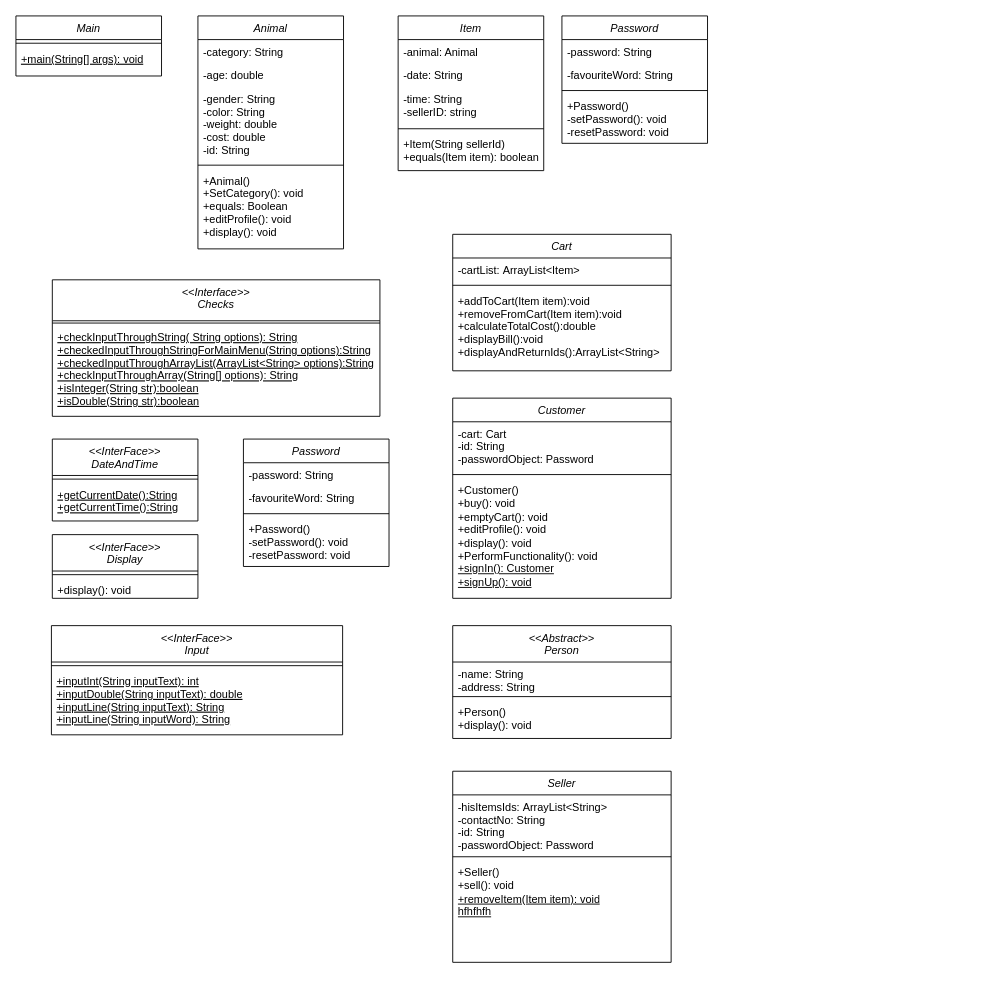
This is Diagram/ Analys_reflektion.drawio from GitoPot/Analys_reflektion, a draw.io file, before an edit. Source tidied: cells renumbered, new cells numbered last; positions are measured from the earlier drawing's top-left corner, leaving out a move shared by most shapes. Both pictures are drawn from the tidied source at 91%, with x=0, y=0 at pixel (15, 15).
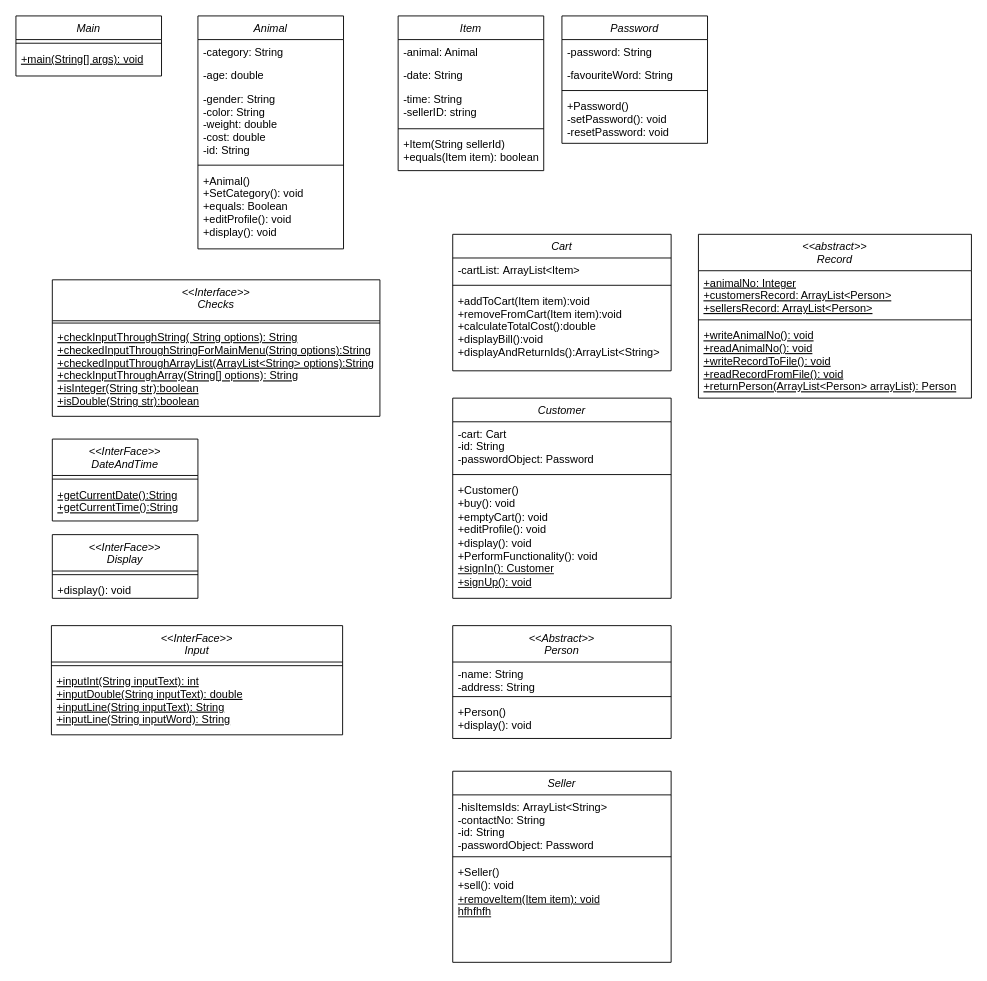
After the change.

Diff of the diagram source:
```diff
@@
-    <mxCell id="50" value="Password" style="swimlane;fontStyle=2;align=center;verticalAlign=top;horizontal=1;startSize=26;rounded=0;shadow=0;strokeWidth=1;" parent="1" vertex="1">
-      <mxGeometry x="250" y="465" width="160" height="140" as="geometry" />
+    <mxCell id="50" value="&lt;&lt;abstract&gt;&gt;&#10;Record" style="swimlane;fontStyle=2;align=center;verticalAlign=top;horizontal=1;startSize=40;rounded=0;shadow=0;strokeWidth=1;" parent="1" vertex="1">
+      <mxGeometry x="750" y="240" width="300" height="180" as="geometry" />
     </mxCell>
-    <mxCell id="51" value="-password: String" style="text;align=left;verticalAlign=top;spacingLeft=4;spacingRight=4;overflow=hidden;" parent="50" vertex="1">
-      <mxGeometry y="26" width="160" height="26" as="geometry" />
-    </mxCell>
-    <mxCell id="52" value="-favouriteWord: String" style="text;align=left;verticalAlign=top;spacingLeft=4;spacingRight=4;overflow=hidden;rounded=0;shadow=0;html=0;" parent="50" vertex="1">
-      <mxGeometry y="52" width="160" height="26" as="geometry" />
+    <mxCell id="52" value="+animalNo: Integer&#10;+customersRecord: ArrayList&lt;Person&gt;&#10;+sellersRecord: ArrayList&lt;Person&gt;" style="text;align=left;verticalAlign=top;spacingLeft=4;spacingRight=4;overflow=hidden;rounded=0;shadow=0;html=0;fontStyle=4;" parent="50" vertex="1">
+      <mxGeometry y="40" width="300" height="50" as="geometry" />
     </mxCell>
     <mxCell id="53" style="line;html=1;strokeWidth=1;align=left;verticalAlign=middle;spacingTop=-1;spacingLeft=3;spacingRight=3;labelPosition=right;" parent="50" vertex="1">
-      <mxGeometry y="78" width="160" height="8" as="geometry" />
+      <mxGeometry y="90" width="300" height="8" as="geometry" />
     </mxCell>
-    <mxCell id="54" value="+Password()&#10;-setPassword(): void&#10;-resetPassword: void&#10;" style="text;align=left;verticalAlign=top;spacingLeft=4;spacingRight=4;overflow=hidden;" parent="50" vertex="1">
-      <mxGeometry y="86" width="160" height="42" as="geometry" />
+    <mxCell id="54" value="+writeAnimalNo(): void&#10;+readAnimalNo(): void&#10;+writeRecordToFile(): void&#10;+readRecordFromFile(): void&#10;+returnPerson(ArrayList&lt;Person&gt; arrayList): Person&#10;&#10;" style="text;align=left;verticalAlign=top;spacingLeft=4;spacingRight=4;overflow=hidden;fontStyle=4;" parent="50" vertex="1">
+      <mxGeometry y="98" width="300" height="82" as="geometry" />
     </mxCell>
```
